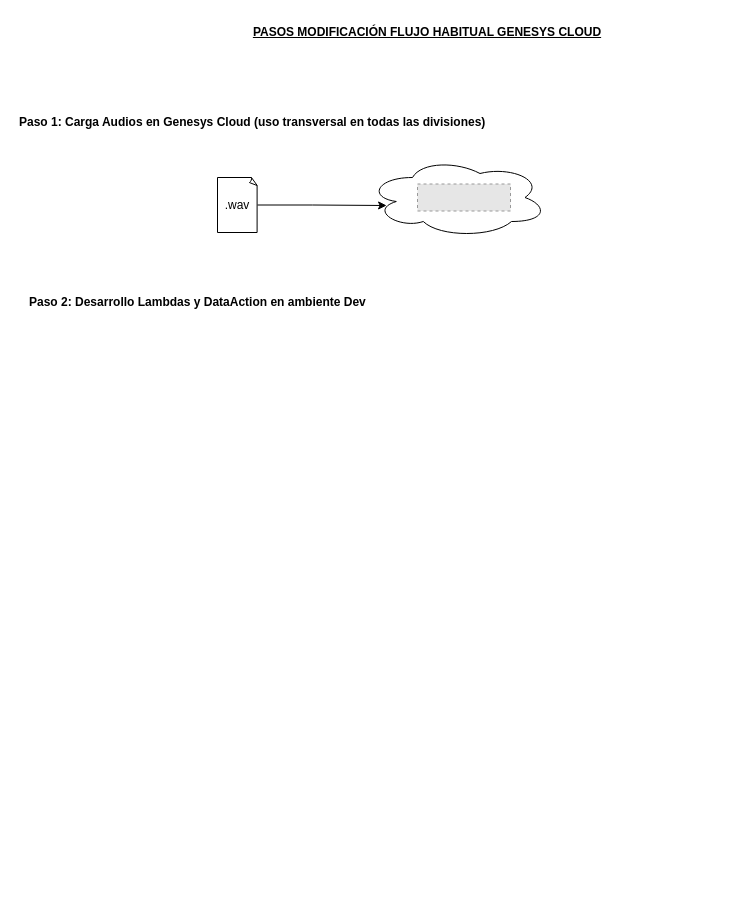
Earlier version of the draw.io diagram Despliegue Flows Genesys Cloud.drawio (nonate/personalProject). Source tidied: cells renumbered, new cells numbered last; positions are measured from the earlier drawing's top-left corner, leaving out a move shared by most shapes. Both pictures are drawn from the tidied source at 100%, with x=0, y=0 at pixel (17, 17). Pictures stored in the file or linked from it are replaced by grey dashed boxes.
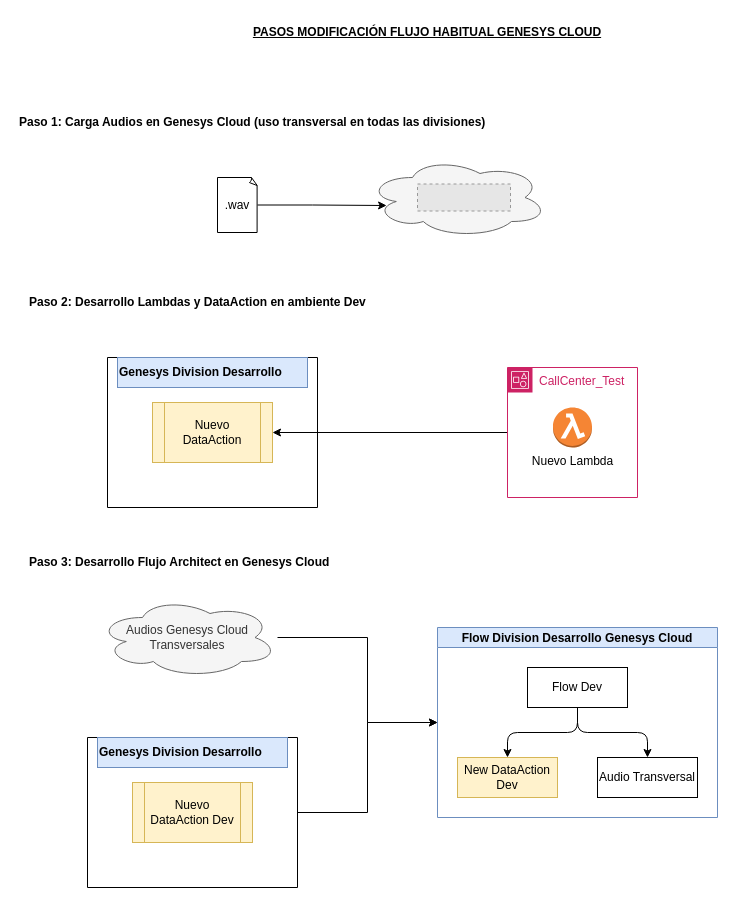
Above is the later version.

The edit, as a diff of the source:
```diff
@@
-    <mxCell id="4" style="ellipse;shape=cloud;whiteSpace=wrap;html=1;" parent="1" vertex="1">
+    <mxCell id="4" style="ellipse;shape=cloud;whiteSpace=wrap;html=1;fillColor=#f5f5f5;fontColor=#333333;strokeColor=#666666;" parent="1" vertex="1">
       <mxGeometry x="350" y="140" width="180" height="80" as="geometry" />
     </mxCell>
@@
+    <mxCell id="9" style="edgeStyle=orthogonalEdgeStyle;rounded=0;jettySize=auto;html=1;entryX=1;entryY=0.5;entryDx=0;entryDy=0;" parent="1" edge="1" source="10" target="14">
+      <mxGeometry relative="1" as="geometry" />
+    </mxCell>
+    <mxCell id="10" value="CallCenter_Test" style="points=[[0,0],[0.25,0],[0.5,0],[0.75,0],[1,0],[1,0.25],[1,0.5],[1,0.75],[1,1],[0.75,1],[0.5,1],[0.25,1],[0,1],[0,0.75],[0,0.5],[0,0.25]];outlineConnect=0;gradientColor=none;html=1;whiteSpace=wrap;fontSize=12;fontStyle=0;shape=mxgraph.aws4.group;grIcon=mxgraph.aws4.group_account;strokeColor=#CD2264;fillColor=none;verticalAlign=top;align=left;spacingLeft=30;fontColor=#CD2264;dashed=0;" parent="1" vertex="1">
+      <mxGeometry x="490" y="350" width="130" height="130" as="geometry" />
+    </mxCell>
+    <mxCell id="11" value="Nuevo Lambda" style="dashed=0;verticalLabelPosition=bottom;verticalAlign=top;align=center;html=1;shape=mxgraph.aws3.lambda_function;fillColor=#F58534;gradientColor=none;" parent="10" vertex="1">
+      <mxGeometry x="45.5" y="40" width="39" height="40" as="geometry" />
+    </mxCell>
+    <mxCell id="12" style="swimlane;startSize=0;" parent="1" vertex="1">
+      <mxGeometry x="90" y="340" width="210" height="150" as="geometry" />
+    </mxCell>
+    <mxCell id="13" value="&lt;b&gt;Genesys Division Desarrollo&lt;/b&gt;" style="text;html=1;align=left;verticalAlign=middle;strokeColor=#6c8ebf;fillColor=#dae8fc;" parent="12" vertex="1">
+      <mxGeometry x="10" width="190" height="30" as="geometry" />
+    </mxCell>
+    <mxCell id="14" value="Nuevo DataAction" style="shape=process;whiteSpace=wrap;html=1;backgroundOutline=1;fillColor=#fff2cc;strokeColor=#d6b656;" parent="12" vertex="1">
+      <mxGeometry x="45" y="45" width="120" height="60" as="geometry" />
+    </mxCell>
+    <mxCell id="15" value="Paso 3: Desarrollo Flujo Architect en Genesys Cloud" style="text;html=1;align=left;verticalAlign=middle;whiteSpace=wrap;rounded=0;fontStyle=1;" parent="1" vertex="1">
+      <mxGeometry x="10" y="530" width="560" height="30" as="geometry" />
+    </mxCell>
+    <mxCell id="16" value="Flow Division Desarrollo Genesys Cloud" style="swimlane;startSize=20;horizontal=1;horizontalTree=0;sortEdges=1;containerType=tree;fontSize=12;fillColor=#dae8fc;strokeColor=#6c8ebf;" parent="1" vertex="1">
+      <mxGeometry x="420" y="610" width="280" height="190" as="geometry" />
+    </mxCell>
+    <mxCell id="17" value="Flow Dev" style="whiteSpace=wrap;html=1;" parent="16" vertex="1">
+      <mxGeometry x="90" y="40" width="100" height="40" as="geometry" />
+    </mxCell>
+    <mxCell id="18" value="New DataAction Dev" style="whiteSpace=wrap;html=1;fillColor=#fff2cc;strokeColor=#d6b656;" parent="16" vertex="1">
+      <mxGeometry x="20" y="130" width="100" height="40" as="geometry" />
+    </mxCell>
+    <mxCell id="19" style="edgeStyle=elbowEdgeStyle;elbow=vertical;html=1;rounded=1;curved=0;sourcePerimeterSpacing=0;targetPerimeterSpacing=0;startSize=6;endSize=6;" parent="16" edge="1" source="17" target="18">
+      <mxGeometry relative="1" as="geometry" />
+    </mxCell>
+    <mxCell id="20" value="Audio Transversal" style="whiteSpace=wrap;html=1;" parent="16" vertex="1">
+      <mxGeometry x="160" y="130" width="100" height="40" as="geometry" />
+    </mxCell>
+    <mxCell id="21" style="edgeStyle=elbowEdgeStyle;elbow=vertical;html=1;rounded=1;curved=0;sourcePerimeterSpacing=0;targetPerimeterSpacing=0;startSize=6;endSize=6;" parent="16" edge="1" source="17" target="20">
+      <mxGeometry relative="1" as="geometry" />
+    </mxCell>
+    <mxCell id="22" style="edgeStyle=orthogonalEdgeStyle;rounded=0;jettySize=auto;html=1;entryX=0;entryY=0.5;entryDx=0;entryDy=0;" parent="1" edge="1" source="23" target="16">
+      <mxGeometry relative="1" as="geometry" />
+    </mxCell>
+    <mxCell id="23" style="swimlane;startSize=0;" parent="1" vertex="1">
+      <mxGeometry x="70" y="720" width="210" height="150" as="geometry" />
+    </mxCell>
+    <mxCell id="24" value="&lt;b&gt;Genesys Division Desarrollo&lt;/b&gt;" style="text;html=1;align=left;verticalAlign=middle;strokeColor=#6c8ebf;fillColor=#dae8fc;" parent="23" vertex="1">
+      <mxGeometry x="10" width="190" height="30" as="geometry" />
+    </mxCell>
+    <mxCell id="25" value="Nuevo DataAction Dev" style="shape=process;whiteSpace=wrap;html=1;backgroundOutline=1;fillColor=#fff2cc;strokeColor=#d6b656;" parent="23" vertex="1">
+      <mxGeometry x="45" y="45" width="120" height="60" as="geometry" />
+    </mxCell>
+    <mxCell id="26" style="edgeStyle=orthogonalEdgeStyle;rounded=0;jettySize=auto;html=1;entryX=0;entryY=0.5;entryDx=0;entryDy=0;" parent="1" edge="1" source="27" target="16">
+      <mxGeometry relative="1" as="geometry">
+        <Array as="points">
+          <mxPoint x="350" y="620" />
+          <mxPoint x="350" y="705" />
+        </Array>
+      </mxGeometry>
+    </mxCell>
+    <mxCell id="27" value="Audios Genesys Cloud&lt;br&gt;Transversales" style="ellipse;shape=cloud;whiteSpace=wrap;html=1;fillColor=#f5f5f5;fontColor=#333333;strokeColor=#666666;" parent="1" vertex="1">
+      <mxGeometry x="80" y="580" width="180" height="80" as="geometry" />
+    </mxCell>
```
